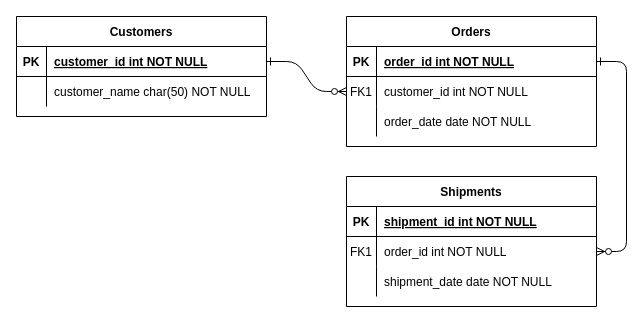
Above: Untitled Diagram.drawio in afsaavedram/Schemas-from-Draw.io (draw.io), before the change. Source tidied: cells renumbered, new cells numbered last; positions are measured from the earlier drawing's top-left corner, leaving out a move shared by most shapes. Both pictures are drawn from the tidied source at 100%, with x=0, y=0 at pixel (16, 16).
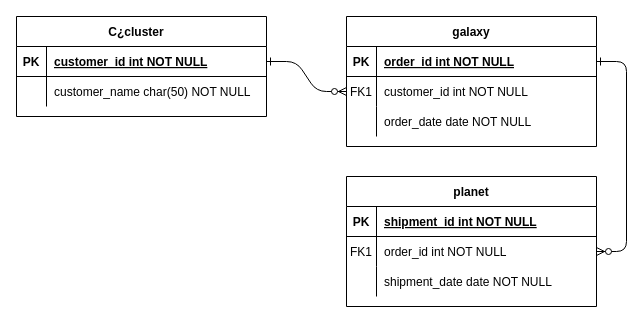
The same diagram, later.

Change to the diagram source:
```diff
@@
-    <mxCell id="4" value="Orders" style="shape=table;startSize=30;childLayout=tableLayout;rowLines=0;fontStyle=1;align=center;" parent="1" vertex="1">
+    <mxCell id="4" value="galaxy" style="shape=table;startSize=30;childLayout=tableLayout;rowLines=0;fontStyle=1;align=center;" parent="1" vertex="1">
       <mxGeometry x="330" width="250" height="130" as="geometry" />
     </mxCell>
@@
-    <mxCell id="14" value="Shipments" style="shape=table;startSize=30;childLayout=tableLayout;rowLines=0;fontStyle=1;align=center;" parent="1" vertex="1">
+    <mxCell id="14" value="planet" style="shape=table;startSize=30;childLayout=tableLayout;rowLines=0;fontStyle=1;align=center;" parent="1" vertex="1">
       <mxGeometry x="330" y="160" width="250" height="130" as="geometry" />
     </mxCell>
@@
-    <mxCell id="24" value="Customers" style="shape=table;startSize=30;childLayout=tableLayout;rowLines=0;fontStyle=1;align=center;" parent="1" vertex="1">
+    <mxCell id="24" value="C¿cluster   " style="shape=table;startSize=30;childLayout=tableLayout;rowLines=0;fontStyle=1;align=center;" parent="1" vertex="1">
       <mxGeometry width="250" height="100" as="geometry" />
     </mxCell>
```
